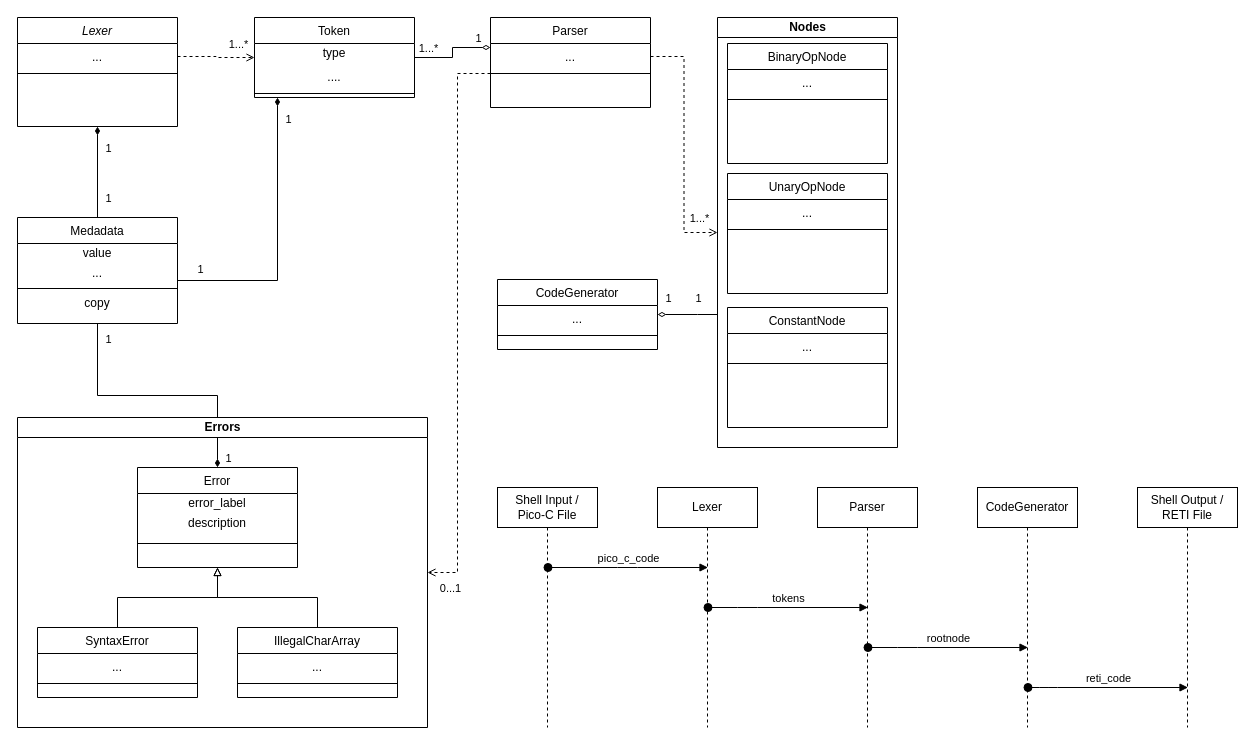
matthejue/PicoC-Compiler keeps this draw.io diagram as doc/architecture.drawio. Above is the earlier version. Source tidied: cells renumbered, new cells numbered last; positions are measured from the earlier drawing's top-left corner, leaving out a move shared by most shapes. Both pictures are drawn from the tidied source at 100%, with x=0, y=0 at pixel (17, 17).
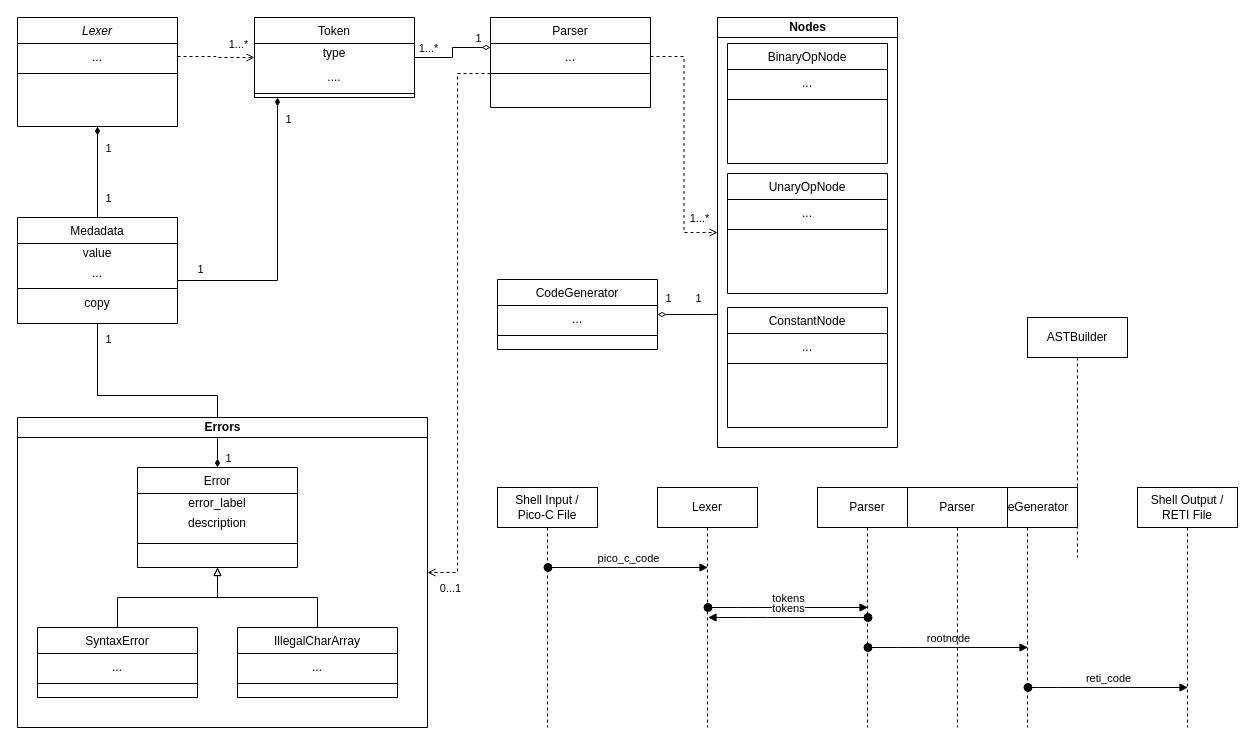
The same page after the edit.

The change refers to these unchanged cells:
```xml
<mxCell id="59" value="Lexer" style="shape=umlLifeline;perimeter=lifelinePerimeter;whiteSpace=wrap;html=1;outlineConnect=0;flipH=1;" parent="1" vertex="1">
  <mxGeometry x="640" y="470" width="100" height="240" as="geometry" />
</mxCell>
<mxCell id="60" value="Parser" style="shape=umlLifeline;perimeter=lifelinePerimeter;whiteSpace=wrap;html=1;outlineConnect=0;flipH=1;" parent="1" vertex="1">
  <mxGeometry x="800" y="470" width="100" height="240" as="geometry" />
</mxCell>
```

Change to the diagram source:
```diff
@@
+    <mxCell id="73" value="tokens" style="html=1;verticalAlign=bottom;startArrow=oval;startFill=1;endArrow=block;startSize=8;" parent="1" edge="1" source="60" target="59">
+      <mxGeometry relative="1" as="geometry">
+        <Array as="points">
+          <mxPoint x="740" y="600" />
+        </Array>
+      </mxGeometry>
+    </mxCell>
+    <mxCell id="74" value="Parser" style="shape=umlLifeline;perimeter=lifelinePerimeter;whiteSpace=wrap;html=1;flipH=1;" parent="1" vertex="1">
+      <mxGeometry x="890" y="470" width="100" height="240" as="geometry" />
+    </mxCell>
+    <mxCell id="75" value="ASTBuilder" style="shape=umlLifeline;perimeter=lifelinePerimeter;whiteSpace=wrap;html=1;flipH=1;" parent="1" vertex="1">
+      <mxGeometry x="1010" y="300" width="100" height="240" as="geometry" />
+    </mxCell>
```
